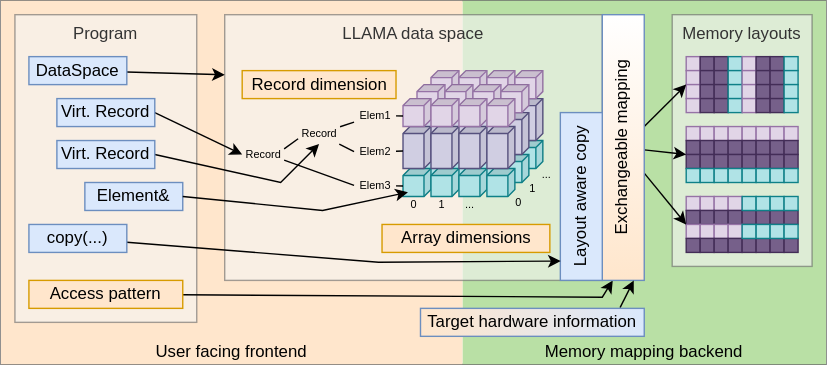
This is docs/images/concept.svg from alpaka-group/llama, a draw.io export, as it was before one commit. Source tidied: cells renumbered, new cells last; positions are measured from the earlier drawing's top-left corner, leaving out a move shared by most shapes.
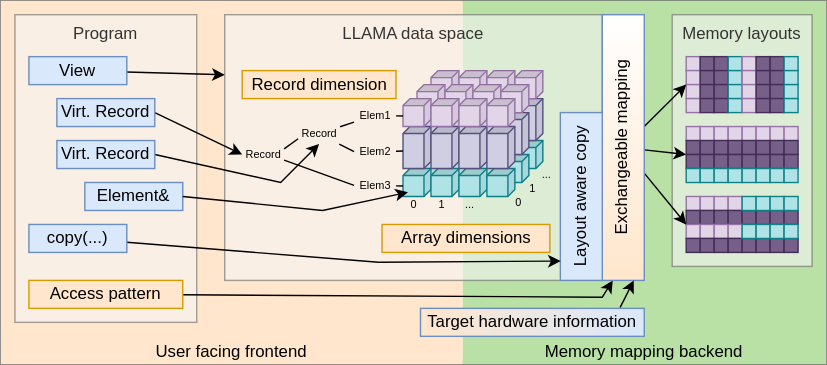
After the commit.

Commit message:
rename DataSpace to View again inside Program

Due to lack of alternatives, the name View will stick around for longer.

Change to the diagram source:
```diff
@@ -28,7 +28,7 @@
         <mxPoint x="160" y="53" as="targetPoint" />
       </mxGeometry>
     </mxCell>
-    <mxCell id="10" value="DataSpace" style="rounded=0;whiteSpace=wrap;html=1;fillColor=#dae8fc;strokeColor=#6c8ebf;" parent="1" vertex="1">
+    <mxCell id="10" value="View" style="rounded=0;whiteSpace=wrap;html=1;fillColor=#dae8fc;strokeColor=#6c8ebf;" parent="1" vertex="1">
       <mxGeometry x="20" y="40" width="70" height="20" as="geometry" />
     </mxCell>
     <mxCell id="11" style="edgeStyle=none;rounded=0;jettySize=auto;html=1;entryX=0;entryY=0.5;entryDx=0;entryDy=0;endArrow=classic;endFill=1;exitX=1;exitY=0.5;exitDx=0;exitDy=0;" parent="1" edge="1" source="12" target="69">
```
